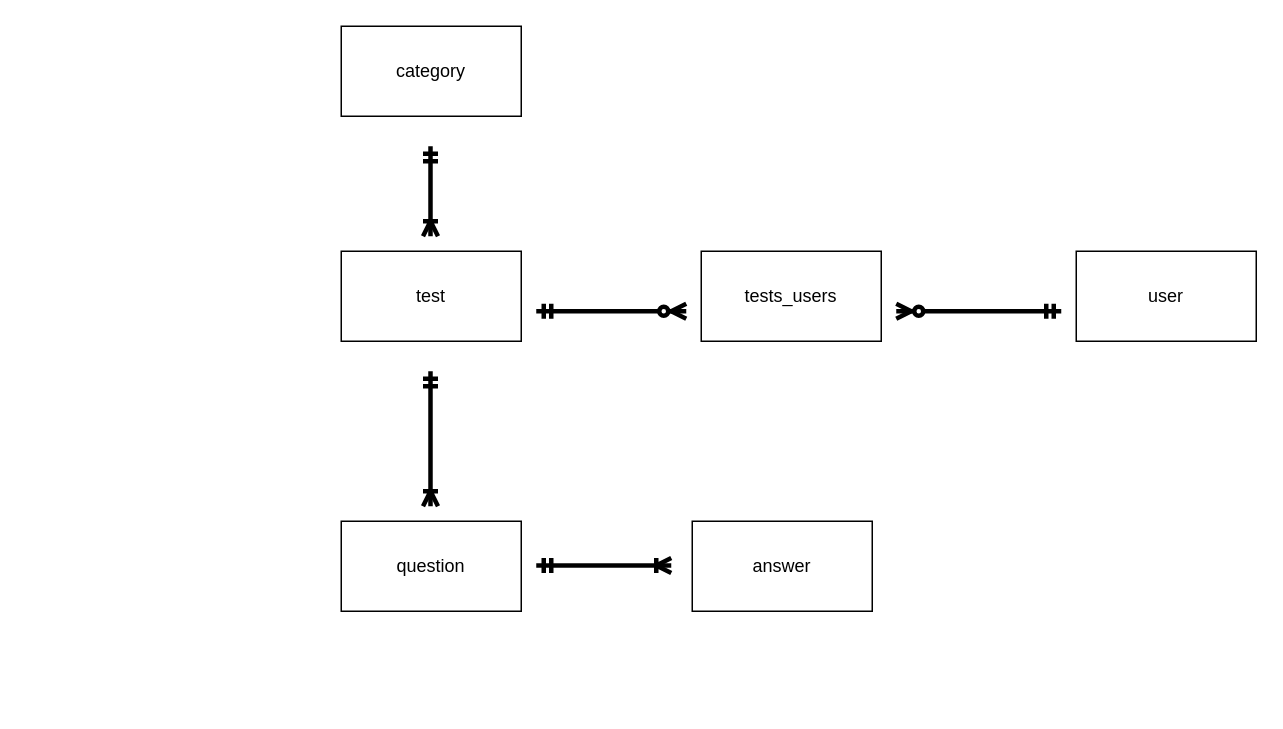
This is Untitled Diagram.drawio from banprest/Lesson, a draw.io file, before an edit. Source tidied: cells renumbered, new cells numbered last; positions are measured from the earlier drawing's top-left corner, leaving out a move shared by most shapes. Both pictures are drawn from the tidied source at 150%, with x=0, y=0 at pixel (340, 26).
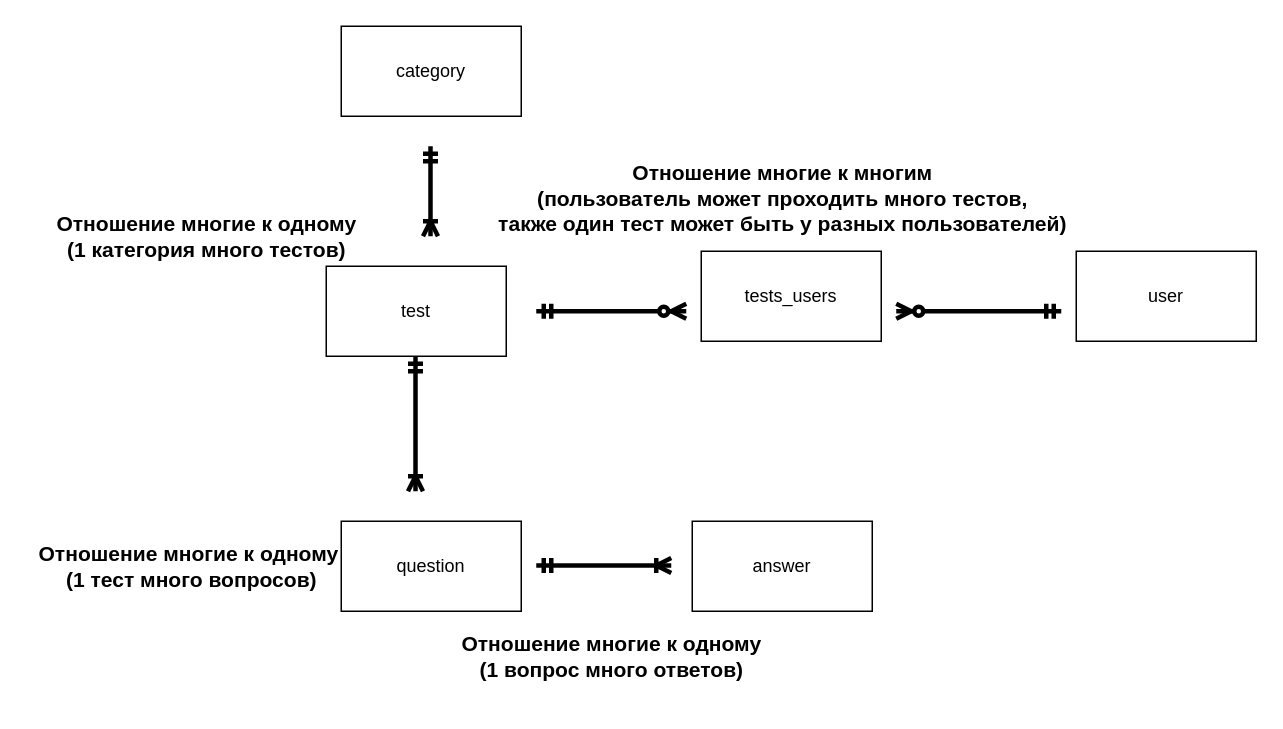
The same diagram, later.

The edit, as a diff of the source:
```diff
@@
     <mxCell id="2" value="test" style="rounded=0;whiteSpace=wrap;html=1;strokeWidth=1;perimeterSpacing=0;" parent="1" vertex="1">
-      <mxGeometry y="150" width="120" height="60" as="geometry" />
+      <mxGeometry x="-10" y="160" width="120" height="60" as="geometry" />
     </mxCell>
@@
     <mxCell id="10" style="endArrow=ERmandOne;html=1;strokeWidth=3;startArrow=ERoneToMany;startFill=0;endFill=0;" parent="1" edge="1">
       <mxGeometry relative="1" as="geometry">
-        <mxPoint x="59.5" y="320" as="sourcePoint" />
-        <mxPoint x="59.5" y="230" as="targetPoint" />
-        <Array as="points">
-          <mxPoint x="59.5" y="280" />
-        </Array>
+        <mxPoint x="49.5" y="310" as="sourcePoint" />
+        <mxPoint x="49.5" y="220" as="targetPoint" />
       </mxGeometry>
     </mxCell>
@@
+    <mxCell id="13" value="&lt;h3&gt;Отношение многие к одному&lt;br&gt;(1 категория много тестов)&lt;/h3&gt;" style="text;html=1;align=center;verticalAlign=middle;" parent="1" vertex="1">
+      <mxGeometry x="-200" y="110" width="220" height="60" as="geometry" />
+    </mxCell>
+    <mxCell id="14" value="&lt;h3&gt;Отношение многие к одному&amp;nbsp;&lt;br&gt;(1 тест много вопросов)&lt;/h3&gt;" style="text;html=1;align=center;verticalAlign=middle;" parent="1" vertex="1">
+      <mxGeometry x="-210" y="330" width="220" height="60" as="geometry" />
+    </mxCell>
+    <mxCell id="15" value="&lt;h3&gt;Отношение многие к одному&lt;br&gt;(1 вопрос много ответов)&lt;/h3&gt;" style="text;html=1;align=center;verticalAlign=middle;" parent="1" vertex="1">
+      <mxGeometry x="70" y="390" width="220" height="60" as="geometry" />
+    </mxCell>
+    <mxCell id="16" value="&lt;h3&gt;Отношение многие к многим&lt;br&gt;(пользователь может проходить много тестов,&lt;br&gt; также один тест может быть у разных пользователей)&lt;/h3&gt;" style="text;html=1;align=center;verticalAlign=middle;" parent="1" vertex="1">
+      <mxGeometry x="99" y="75" width="390" height="80" as="geometry" />
+    </mxCell>
```
